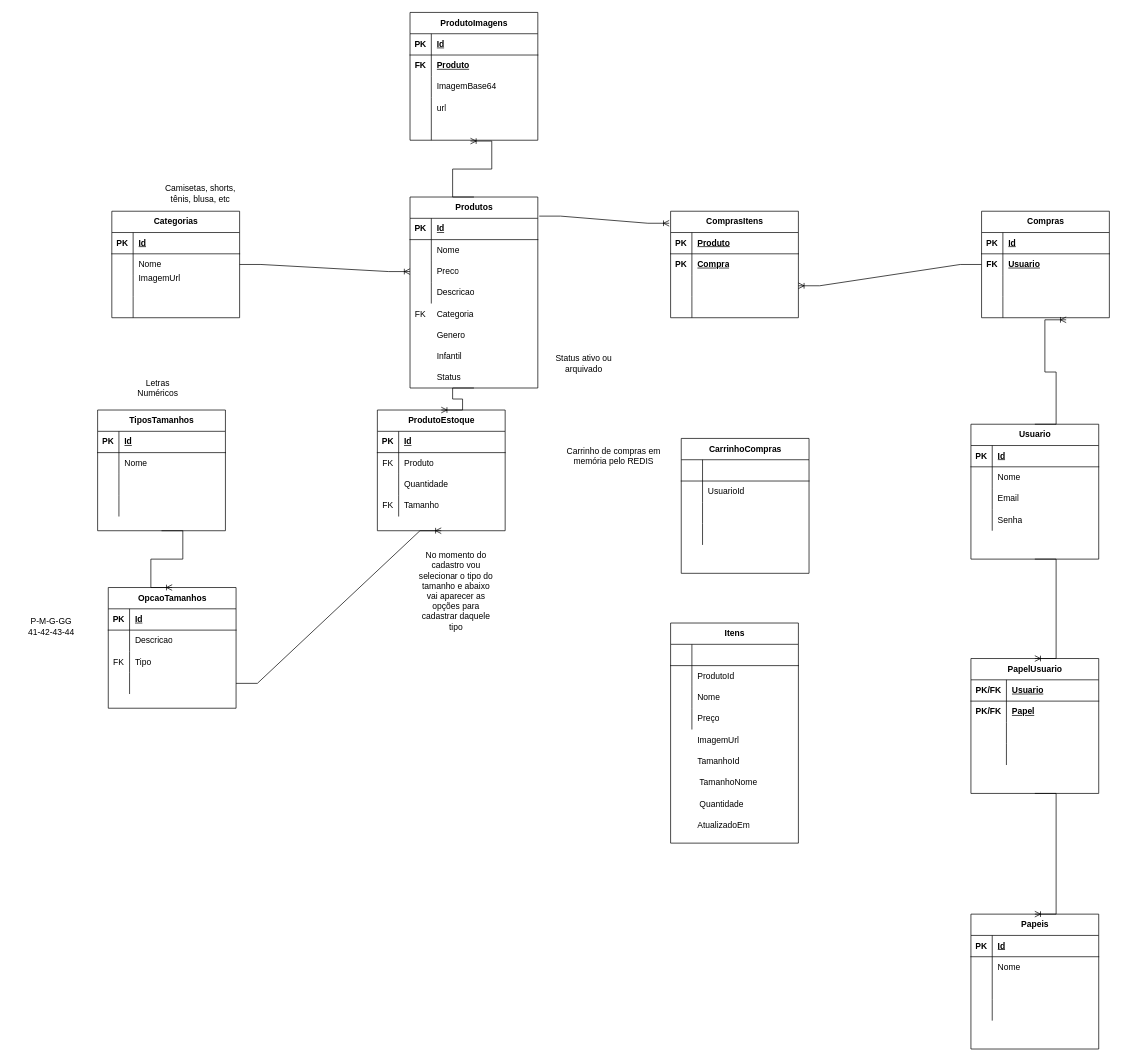
The draw.io diagram DER.drawio in Antonio-Zago/EcommerceModelo, before the edit. Source tidied: cells renumbered, new cells numbered last; positions are measured from the earlier drawing's top-left corner, leaving out a move shared by most shapes. Both pictures are drawn from the tidied source at 71%, with x=0, y=0 at pixel (12, 12).
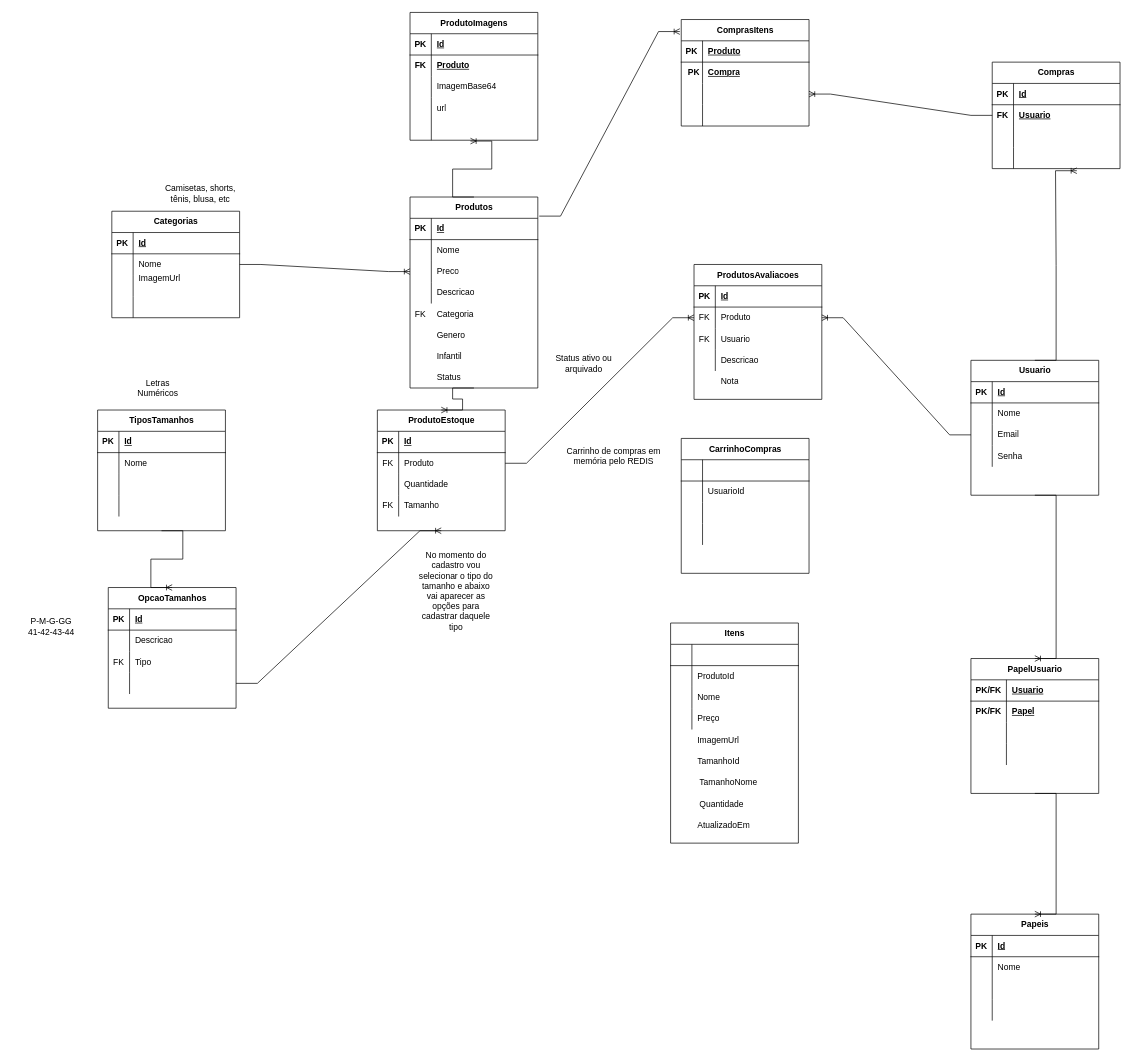
The same diagram, later.

Unchanged cells that the change refers to:
```xml
<mxCell id="36" style="shape=tableRow;horizontal=0;startSize=0;swimlaneHead=0;swimlaneBody=0;fillColor=none;points=[[0,0.5],[1,0.5]];portConstraint=eastwest;top=0;left=0;right=0;bottom=0;" parent="29" vertex="1">
  <mxGeometry y="90" width="180" height="30" as="geometry" />
</mxCell>
<mxCell id="117" style="shape=tableRow;horizontal=0;startSize=0;swimlaneHead=0;swimlaneBody=0;fillColor=none;points=[[0,0.5],[1,0.5]];portConstraint=eastwest;top=0;left=0;right=0;bottom=0;" parent="113" vertex="1">
  <mxGeometry y="60" width="180" height="30" as="geometry" />
</mxCell>
```

What changed in the source:
```diff
@@
     <mxCell id="29" value="Usuario" style="shape=table;startSize=30;childLayout=tableLayout;rowLines=0;fontStyle=1;align=center;html=1;" parent="1" vertex="1">
-      <mxGeometry x="1350" y="580" width="180" height="190" as="geometry" />
+      <mxGeometry x="1350" y="490" width="180" height="190" as="geometry" />
     </mxCell>
@@
     <mxCell id="42" value="Email" style="shape=partialRectangle;fillColor=none;top=0;left=0;bottom=0;right=0;align=left;spacingLeft=6;overflow=hidden;whiteSpace=wrap;html=1;" parent="1" vertex="1">
-      <mxGeometry x="1380" y="670" width="150" height="30" as="geometry" />
+      <mxGeometry x="1380" y="580" width="150" height="30" as="geometry" />
     </mxCell>
     <mxCell id="43" value="Senha" style="shape=partialRectangle;fillColor=none;top=0;left=0;bottom=0;right=0;align=left;spacingLeft=6;overflow=hidden;whiteSpace=wrap;html=1;" parent="1" vertex="1">
-      <mxGeometry x="1380" y="700" width="150" height="30" as="geometry" />
+      <mxGeometry x="1380" y="610" width="150" height="30" as="geometry" />
     </mxCell>
@@
     <mxCell id="58" value="ComprasItens" style="shape=table;startSize=30;childLayout=tableLayout;rowLines=0;fontStyle=1;align=center;html=1;" parent="1" vertex="1">
-      <mxGeometry x="927" y="280" width="180" height="150" as="geometry" />
+      <mxGeometry x="942" y="10" width="180" height="150" as="geometry" />
     </mxCell>
@@
     <mxCell id="92" value="Compras" style="shape=table;startSize=30;childLayout=tableLayout;rowLines=0;fontStyle=1;align=center;html=1;" parent="1" vertex="1">
-      <mxGeometry x="1365" y="280" width="180" height="150" as="geometry" />
+      <mxGeometry x="1380" y="70" width="180" height="150" as="geometry" />
     </mxCell>
@@
     <mxCell id="105" value="Compra" style="shape=partialRectangle;fillColor=none;top=0;left=0;bottom=0;right=0;align=left;spacingLeft=6;fontStyle=5;overflow=hidden;whiteSpace=wrap;html=1;" parent="1" vertex="1">
-      <mxGeometry x="957" y="340" width="150" height="30" as="geometry" />
+      <mxGeometry x="972" y="70" width="150" height="30" as="geometry" />
     </mxCell>
     <mxCell id="106" value="PK" style="shape=partialRectangle;fillColor=none;top=0;left=0;bottom=0;right=0;fontStyle=1;overflow=hidden;whiteSpace=wrap;html=1;" parent="1" vertex="1">
-      <mxGeometry x="927" y="340" width="30" height="30" as="geometry" />
+      <mxGeometry x="945" y="70" width="30" height="30" as="geometry" />
     </mxCell>
@@
     <mxCell id="108" value="FK" style="shape=partialRectangle;fillColor=none;top=0;left=0;bottom=0;right=0;fontStyle=1;overflow=hidden;whiteSpace=wrap;html=1;" parent="1" vertex="1">
-      <mxGeometry x="1365" y="340" width="30" height="30" as="geometry" />
+      <mxGeometry x="1380" y="130" width="30" height="30" as="geometry" />
     </mxCell>
     <mxCell id="109" value="Usuario" style="shape=partialRectangle;fillColor=none;top=0;left=0;bottom=0;right=0;align=left;spacingLeft=6;fontStyle=5;overflow=hidden;whiteSpace=wrap;html=1;" parent="1" vertex="1">
-      <mxGeometry x="1395" y="340" width="150" height="30" as="geometry" />
+      <mxGeometry x="1410" y="130" width="150" height="30" as="geometry" />
     </mxCell>
@@
+    <mxCell id="215" value="ProdutosAvaliacoes" style="shape=table;startSize=30;childLayout=tableLayout;rowLines=0;fontStyle=1;align=center;html=1;" parent="1" vertex="1">
+      <mxGeometry x="960" y="355" width="180" height="190" as="geometry" />
+    </mxCell>
+    <mxCell id="216" style="shape=tableRow;horizontal=0;startSize=0;swimlaneHead=0;swimlaneBody=0;fillColor=none;top=0;left=0;right=0;bottom=1;" parent="215" vertex="1">
+      <mxGeometry y="30" width="180" height="30" as="geometry" />
+    </mxCell>
+    <mxCell id="217" value="PK" style="shape=partialRectangle;fillColor=none;top=0;left=0;bottom=0;right=0;fontStyle=1;overflow=hidden;whiteSpace=wrap;html=1;" parent="216" vertex="1">
+      <mxGeometry width="30" height="30" as="geometry" />
+    </mxCell>
+    <mxCell id="218" value="Id" style="shape=partialRectangle;fillColor=none;top=0;left=0;bottom=0;right=0;align=left;spacingLeft=6;fontStyle=5;overflow=hidden;whiteSpace=wrap;html=1;" parent="216" vertex="1">
+      <mxGeometry x="30" width="150" height="30" as="geometry" />
+    </mxCell>
+    <mxCell id="219" style="shape=tableRow;horizontal=0;startSize=0;swimlaneHead=0;swimlaneBody=0;fillColor=none;points=[[0,0.5],[1,0.5]];portConstraint=eastwest;top=0;left=0;right=0;bottom=0;" parent="215" vertex="1">
+      <mxGeometry y="60" width="180" height="30" as="geometry" />
+    </mxCell>
+    <mxCell id="220" value="FK" style="shape=partialRectangle;fillColor=none;top=0;left=0;bottom=0;right=0;overflow=hidden;whiteSpace=wrap;html=1;" parent="219" vertex="1">
+      <mxGeometry width="30" height="30" as="geometry" />
+    </mxCell>
+    <mxCell id="221" value="Produto" style="shape=partialRectangle;fillColor=none;top=0;left=0;bottom=0;right=0;align=left;spacingLeft=6;overflow=hidden;whiteSpace=wrap;html=1;" parent="219" vertex="1">
+      <mxGeometry x="30" width="150" height="30" as="geometry" />
+    </mxCell>
+    <mxCell id="222" style="shape=tableRow;horizontal=0;startSize=0;swimlaneHead=0;swimlaneBody=0;fillColor=none;top=0;left=0;right=0;bottom=0;" parent="215" vertex="1">
+      <mxGeometry y="90" width="180" height="30" as="geometry" />
+    </mxCell>
+    <mxCell id="223" value="FK" style="shape=partialRectangle;fillColor=none;top=0;left=0;bottom=0;right=0;overflow=hidden;whiteSpace=wrap;html=1;" parent="222" vertex="1">
+      <mxGeometry width="30" height="30" as="geometry" />
+    </mxCell>
+    <mxCell id="224" value="Usuario" style="shape=partialRectangle;fillColor=none;top=0;left=0;bottom=0;right=0;align=left;spacingLeft=6;overflow=hidden;whiteSpace=wrap;html=1;" parent="222" vertex="1">
+      <mxGeometry x="30" width="150" height="30" as="geometry" />
+    </mxCell>
+    <mxCell id="225" style="shape=tableRow;horizontal=0;startSize=0;swimlaneHead=0;swimlaneBody=0;fillColor=none;top=0;left=0;right=0;bottom=0;" parent="215" vertex="1">
+      <mxGeometry y="120" width="180" height="30" as="geometry" />
+    </mxCell>
+    <mxCell id="226" style="shape=partialRectangle;fillColor=none;top=0;left=0;bottom=0;right=0;overflow=hidden;whiteSpace=wrap;html=1;" parent="225" vertex="1">
+      <mxGeometry width="30" height="30" as="geometry" />
+    </mxCell>
+    <mxCell id="227" value="Descricao" style="shape=partialRectangle;fillColor=none;top=0;left=0;bottom=0;right=0;align=left;spacingLeft=6;overflow=hidden;whiteSpace=wrap;html=1;" parent="225" vertex="1">
+      <mxGeometry x="30" width="150" height="30" as="geometry" />
+    </mxCell>
+    <mxCell id="228" style="edgeStyle=entityRelationEdgeStyle;fontSize=12;html=1;endArrow=ERoneToMany;rounded=0;exitX=1;exitY=0.5;exitDx=0;exitDy=0;entryX=0;entryY=0.5;entryDx=0;entryDy=0;" parent="1" edge="1" source="117" target="219">
+      <mxGeometry relative="1" as="geometry" />
+    </mxCell>
+    <mxCell id="229" style="edgeStyle=entityRelationEdgeStyle;fontSize=12;html=1;endArrow=ERoneToMany;rounded=0;entryX=1;entryY=0.5;entryDx=0;entryDy=0;exitX=0;exitY=0.5;exitDx=0;exitDy=0;" parent="1" edge="1" source="36" target="219">
+      <mxGeometry relative="1" as="geometry" />
+    </mxCell>
+    <mxCell id="230" value="Nota" style="shape=partialRectangle;fillColor=none;top=0;left=0;bottom=0;right=0;align=left;spacingLeft=6;overflow=hidden;whiteSpace=wrap;html=1;" parent="1" vertex="1">
+      <mxGeometry x="990" y="505" width="150" height="30" as="geometry" />
+    </mxCell>
```
